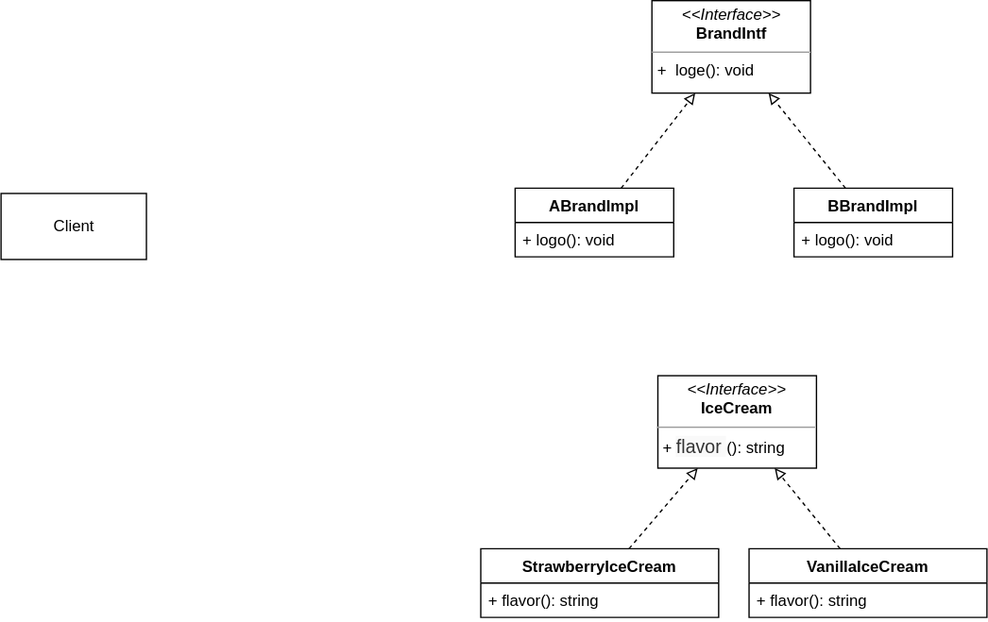
This is 博客/知识总结/设计模式/访问者模式.drawio.svg from su-dd/CDN, a draw.io export, as it was before one commit. Source tidied: cells renumbered, new cells last; positions are measured from the earlier drawing's top-left corner, leaving out a move shared by most shapes.
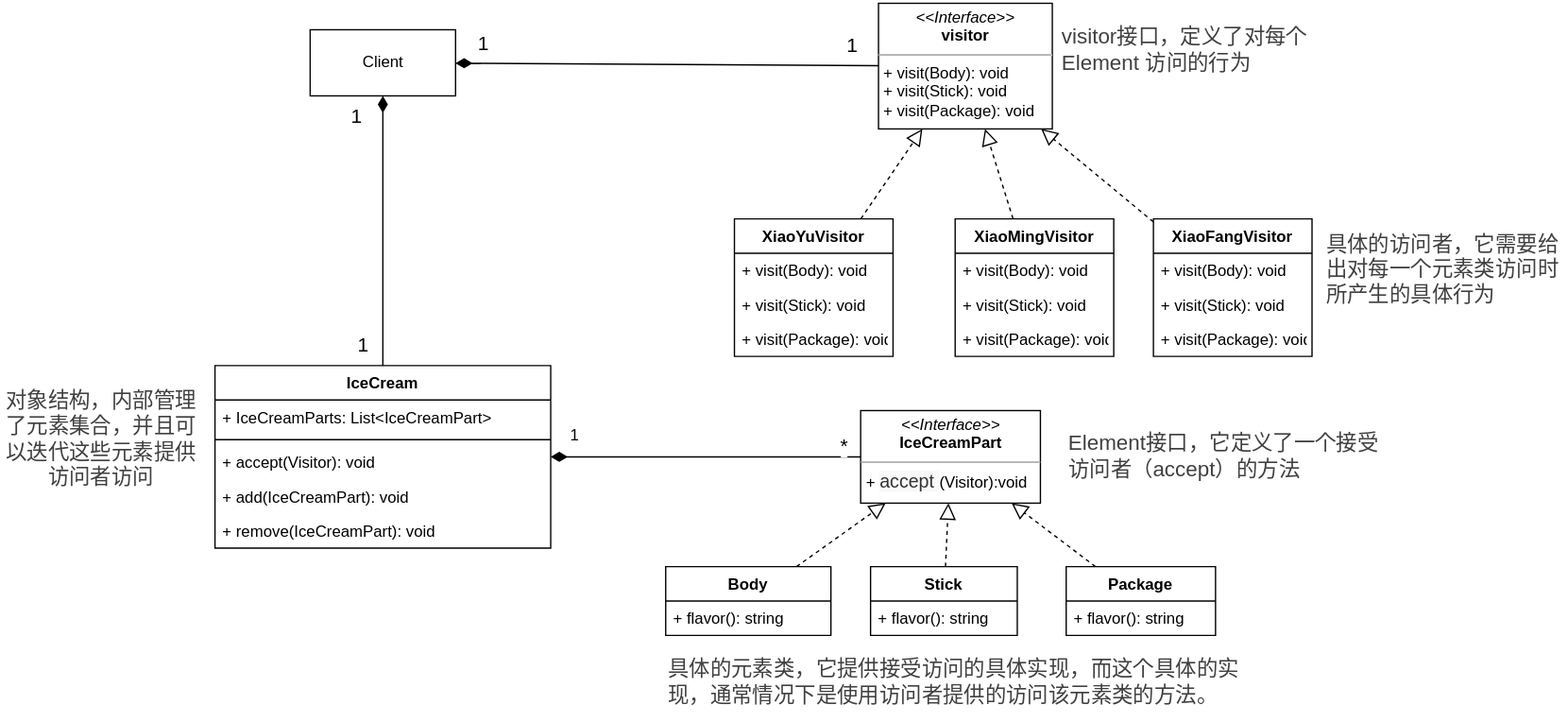
The same file after the commit.

The edit, as a diff of the source:
```diff
@@ -2,50 +2,156 @@
   <root>
     <mxCell id="0" />
     <mxCell id="1" parent="0" />
+    <mxCell id="17" style="edgeStyle=none;html=1;fontSize=15;endArrow=diamondThin;endFill=1;endSize=10;" parent="1" edge="1" source="2" target="15">
+      <mxGeometry relative="1" as="geometry" />
+    </mxCell>
+    <mxCell id="18" value="1" style="edgeLabel;html=1;align=center;verticalAlign=middle;fontSize=15;" parent="17" vertex="1">
+      <mxGeometry x="0.86" y="-2" relative="1" as="geometry">
+        <mxPoint x="-3" y="-14" as="offset" />
+      </mxGeometry>
+    </mxCell>
+    <mxCell id="19" value="1" style="edgeLabel;html=1;align=center;verticalAlign=middle;fontSize=15;" parent="17" vertex="1">
+      <mxGeometry x="-0.85" y="-1" relative="1" as="geometry">
+        <mxPoint x="3" y="-15" as="offset" />
+      </mxGeometry>
+    </mxCell>
-    <mxCell id="2" value="&lt;p style=&quot;margin: 0px ; margin-top: 4px ; text-align: center&quot;&gt;&lt;i&gt;&amp;lt;&amp;lt;Interface&amp;gt;&amp;gt;&lt;/i&gt;&lt;br&gt;&lt;b&gt;BrandIntf&lt;/b&gt;&lt;/p&gt;&lt;hr size=&quot;1&quot;&gt;&lt;p style=&quot;margin: 0px ; margin-left: 4px&quot;&gt;+&amp;nbsp; loge(): void&lt;br&gt;&lt;/p&gt;&lt;p style=&quot;margin: 0px ; margin-left: 4px&quot;&gt;&lt;br&gt;&lt;/p&gt;" style="verticalAlign=top;align=left;overflow=fill;fontSize=12;fontFamily=Helvetica;html=1;" parent="1" vertex="1">
-      <mxGeometry x="492.5" width="120" height="70" as="geometry" />
+    <mxCell id="2" value="&lt;p style=&quot;margin: 0px ; margin-top: 4px ; text-align: center&quot;&gt;&lt;i&gt;&amp;lt;&amp;lt;Interface&amp;gt;&amp;gt;&lt;/i&gt;&lt;br&gt;&lt;b&gt;visitor&lt;/b&gt;&lt;/p&gt;&lt;hr size=&quot;1&quot;&gt;&lt;p style=&quot;margin: 0px ; margin-left: 4px&quot;&gt;+ visit(Body): void&lt;br&gt;&lt;/p&gt;&lt;p style=&quot;margin: 0px ; margin-left: 4px&quot;&gt;+ visit(Stick): void&lt;/p&gt;&lt;p style=&quot;margin: 0px ; margin-left: 4px&quot;&gt;+ visit(Package): void&lt;/p&gt;" style="verticalAlign=top;align=left;overflow=fill;fontSize=12;fontFamily=Helvetica;html=1;" parent="1" vertex="1">
+      <mxGeometry x="498" y="-21" width="131.5" height="95" as="geometry" />
     </mxCell>
-    <mxCell id="3" style="rounded=0;jettySize=auto;html=1;endArrow=block;endFill=0;dashed=1;" parent="1" edge="1" source="4" target="16">
+    <mxCell id="3" style="rounded=0;jettySize=auto;html=1;endArrow=block;endFill=0;dashed=1;endSize=10;" parent="1" edge="1" source="4" target="16">
       <mxGeometry relative="1" as="geometry" />
     </mxCell>
-    <mxCell id="4" value="StrawberryIceCream" style="swimlane;fontStyle=1;align=center;verticalAlign=top;horizontal=1;startSize=26;" parent="1" vertex="1">
-      <mxGeometry x="363" y="415" width="180" height="52" as="geometry" />
+    <mxCell id="4" value="Package" style="swimlane;fontStyle=1;align=center;verticalAlign=top;horizontal=1;startSize=26;" parent="1" vertex="1">
+      <mxGeometry x="640" y="405" width="113" height="52" as="geometry" />
     </mxCell>
     <mxCell id="5" value="+ flavor(): string" style="text;strokeColor=none;fillColor=none;align=left;verticalAlign=top;spacingLeft=4;spacingRight=4;overflow=hidden;" parent="4" vertex="1">
-      <mxGeometry y="26" width="180" height="26" as="geometry" />
+      <mxGeometry y="26" width="113" height="26" as="geometry" />
     </mxCell>
-    <mxCell id="6" style="edgeStyle=none;rounded=0;jettySize=auto;html=1;endArrow=block;endFill=0;dashed=1;" parent="1" edge="1" source="7" target="16">
+    <mxCell id="6" style="edgeStyle=none;rounded=0;jettySize=auto;html=1;endArrow=block;endFill=0;dashed=1;endSize=10;" parent="1" edge="1" source="7" target="16">
       <mxGeometry relative="1" as="geometry" />
     </mxCell>
-    <mxCell id="7" value="VanillaIceCream" style="swimlane;fontStyle=1;align=center;verticalAlign=top;horizontal=1;startSize=26;" parent="1" vertex="1">
-      <mxGeometry x="566" y="415" width="180" height="52" as="geometry" />
+    <mxCell id="7" value="Stick" style="swimlane;fontStyle=1;align=center;verticalAlign=top;horizontal=1;startSize=26;" parent="1" vertex="1">
+      <mxGeometry x="492" y="405" width="111" height="52" as="geometry" />
     </mxCell>
     <mxCell id="8" value="+ flavor(): string" style="text;strokeColor=none;fillColor=none;align=left;verticalAlign=top;spacingLeft=4;spacingRight=4;overflow=hidden;" parent="7" vertex="1">
-      <mxGeometry y="26" width="180" height="26" as="geometry" />
+      <mxGeometry y="26" width="111" height="26" as="geometry" />
     </mxCell>
-    <mxCell id="9" style="edgeStyle=none;rounded=0;jettySize=auto;html=1;dashed=1;endArrow=block;endFill=0;" parent="1" edge="1" source="10" target="2">
+    <mxCell id="9" style="edgeStyle=none;rounded=0;jettySize=auto;html=1;dashed=1;endArrow=block;endFill=0;endSize=10;" parent="1" edge="1" source="10" target="2">
       <mxGeometry relative="1" as="geometry" />
     </mxCell>
-    <mxCell id="10" value="ABrandImpl" style="swimlane;fontStyle=1;align=center;verticalAlign=top;horizontal=1;startSize=26;" parent="1" vertex="1">
-      <mxGeometry x="389" y="142" width="120" height="52" as="geometry" />
+    <mxCell id="10" value="XiaoYuVisitor" style="swimlane;fontStyle=1;align=center;verticalAlign=top;horizontal=1;startSize=26;" parent="1" vertex="1">
+      <mxGeometry x="389" y="142" width="120" height="104" as="geometry" />
     </mxCell>
-    <mxCell id="11" value="+ logo(): void" style="text;strokeColor=none;fillColor=none;align=left;verticalAlign=top;spacingLeft=4;spacingRight=4;overflow=hidden;" parent="10" vertex="1">
+    <mxCell id="11" value="+ visit(Body): void" style="text;strokeColor=none;fillColor=none;align=left;verticalAlign=top;spacingLeft=4;spacingRight=4;overflow=hidden;" parent="10" vertex="1">
       <mxGeometry y="26" width="120" height="26" as="geometry" />
     </mxCell>
+    <mxCell id="20" value="+ visit(Stick): void" style="text;strokeColor=none;fillColor=none;align=left;verticalAlign=top;spacingLeft=4;spacingRight=4;overflow=hidden;" parent="10" vertex="1">
+      <mxGeometry y="52" width="120" height="26" as="geometry" />
+    </mxCell>
+    <mxCell id="21" value="+ visit(Package): void" style="text;strokeColor=none;fillColor=none;align=left;verticalAlign=top;spacingLeft=4;spacingRight=4;overflow=hidden;" parent="10" vertex="1">
+      <mxGeometry y="78" width="120" height="26" as="geometry" />
+    </mxCell>
-    <mxCell id="12" style="edgeStyle=none;rounded=0;jettySize=auto;html=1;dashed=1;endArrow=block;endFill=0;" parent="1" edge="1" source="13" target="2">
+    <mxCell id="12" style="edgeStyle=none;rounded=0;jettySize=auto;html=1;dashed=1;endArrow=block;endFill=0;endSize=10;" parent="1" edge="1" source="13" target="2">
       <mxGeometry relative="1" as="geometry" />
     </mxCell>
-    <mxCell id="13" value="BBrandImpl" style="swimlane;fontStyle=1;align=center;verticalAlign=top;horizontal=1;startSize=26;" parent="1" vertex="1">
-      <mxGeometry x="600" y="142" width="120" height="52" as="geometry" />
+    <mxCell id="13" value="XiaoMingVisitor" style="swimlane;fontStyle=1;align=center;verticalAlign=top;horizontal=1;startSize=26;" parent="1" vertex="1">
+      <mxGeometry x="556" y="142" width="120" height="104" as="geometry" />
     </mxCell>
+    <mxCell id="22" value="+ visit(Body): void" style="text;strokeColor=none;fillColor=none;align=left;verticalAlign=top;spacingLeft=4;spacingRight=4;overflow=hidden;" parent="13" vertex="1">
+      <mxGeometry y="26" width="120" height="26" as="geometry" />
+    </mxCell>
-    <mxCell id="14" value="+ logo(): void" style="text;strokeColor=none;fillColor=none;align=left;verticalAlign=top;spacingLeft=4;spacingRight=4;overflow=hidden;" parent="13" vertex="1">
-      <mxGeometry y="26" width="120" height="26" as="geometry" />
+    <mxCell id="14" value="+ visit(Stick): void" style="text;strokeColor=none;fillColor=none;align=left;verticalAlign=top;spacingLeft=4;spacingRight=4;overflow=hidden;" parent="13" vertex="1">
+      <mxGeometry y="52" width="120" height="26" as="geometry" />
     </mxCell>
+    <mxCell id="23" value="+ visit(Package): void" style="text;strokeColor=none;fillColor=none;align=left;verticalAlign=top;spacingLeft=4;spacingRight=4;overflow=hidden;" parent="13" vertex="1">
+      <mxGeometry y="78" width="120" height="26" as="geometry" />
+    </mxCell>
     <mxCell id="15" value="Client" style="html=1;" parent="1" vertex="1">
-      <mxGeometry y="146" width="110" height="50" as="geometry" />
+      <mxGeometry x="68" y="-1" width="110" height="50" as="geometry" />
     </mxCell>
+    <mxCell id="24" style="edgeStyle=none;html=1;endArrow=diamondThin;endFill=1;endSize=10;" parent="1" edge="1" source="16" target="32">
+      <mxGeometry relative="1" as="geometry" />
+    </mxCell>
+    <mxCell id="25" value="*" style="edgeLabel;html=1;align=center;verticalAlign=middle;fontSize=15;" parent="24" vertex="1">
+      <mxGeometry x="0.1" y="-3" relative="1" as="geometry">
+        <mxPoint x="116" y="-7" as="offset" />
+      </mxGeometry>
+    </mxCell>
-    <mxCell id="16" value="&lt;p style=&quot;margin: 0px ; margin-top: 4px ; text-align: center&quot;&gt;&lt;i&gt;&amp;lt;&amp;lt;Interface&amp;gt;&amp;gt;&lt;/i&gt;&lt;br&gt;&lt;span style=&quot;font-weight: 700&quot;&gt;IceCream&lt;/span&gt;&lt;br&gt;&lt;/p&gt;&lt;hr size=&quot;1&quot;&gt;&lt;p style=&quot;margin: 0px ; margin-left: 4px&quot;&gt;+&amp;nbsp;&amp;nbsp;&lt;span style=&quot;color: rgb(51 , 51 , 51) ; font-family: &amp;#34;arial&amp;#34; , &amp;#34;pingfang sc&amp;#34; , &amp;#34;hiragino sans gb&amp;#34; , &amp;#34;stheiti&amp;#34; , &amp;#34;microsoft yahei&amp;#34; , &amp;#34;wenquanyi micro hei&amp;#34; , sans-serif ; font-size: 14px ; background-color: rgb(249 , 249 , 249)&quot;&gt;flavor&lt;/span&gt;(): string&lt;/p&gt;" style="verticalAlign=top;align=left;overflow=fill;fontSize=12;fontFamily=Helvetica;html=1;" parent="1" vertex="1">
-      <mxGeometry x="497" y="284" width="120" height="70" as="geometry" />
+    <mxCell id="16" value="&lt;p style=&quot;margin: 0px ; margin-top: 4px ; text-align: center&quot;&gt;&lt;i&gt;&amp;lt;&amp;lt;Interface&amp;gt;&amp;gt;&lt;/i&gt;&lt;br&gt;&lt;span style=&quot;font-weight: 700&quot;&gt;IceCreamPart&lt;/span&gt;&lt;br&gt;&lt;/p&gt;&lt;hr size=&quot;1&quot;&gt;&lt;p style=&quot;margin: 0px ; margin-left: 4px&quot;&gt;+&amp;nbsp;&amp;nbsp;&lt;span style=&quot;color: rgb(51 , 51 , 51) ; font-family: &amp;#34;arial&amp;#34; , &amp;#34;pingfang sc&amp;#34; , &amp;#34;hiragino sans gb&amp;#34; , &amp;#34;stheiti&amp;#34; , &amp;#34;microsoft yahei&amp;#34; , &amp;#34;wenquanyi micro hei&amp;#34; , sans-serif ; font-size: 14px ; background-color: rgb(249 , 249 , 249)&quot;&gt;accept&lt;/span&gt;(Visitor):void&lt;/p&gt;" style="verticalAlign=top;align=left;overflow=fill;fontSize=12;fontFamily=Helvetica;html=1;" parent="1" vertex="1">
+      <mxGeometry x="484.5" y="287" width="136" height="70" as="geometry" />
     </mxCell>
+    <mxCell id="26" style="edgeStyle=none;html=1;endArrow=block;endFill=0;endSize=10;dashed=1;" parent="1" edge="1" source="27" target="16">
+      <mxGeometry relative="1" as="geometry" />
+    </mxCell>
+    <mxCell id="27" value="Body" style="swimlane;fontStyle=1;align=center;verticalAlign=top;horizontal=1;startSize=26;" parent="1" vertex="1">
+      <mxGeometry x="337" y="405" width="125" height="52" as="geometry" />
+    </mxCell>
+    <mxCell id="28" value="+ flavor(): string" style="text;strokeColor=none;fillColor=none;align=left;verticalAlign=top;spacingLeft=4;spacingRight=4;overflow=hidden;" parent="27" vertex="1">
+      <mxGeometry y="26" width="125" height="26" as="geometry" />
+    </mxCell>
+    <mxCell id="29" style="edgeStyle=none;html=1;fontSize=15;endArrow=diamondThin;endFill=1;endSize=10;" parent="1" edge="1" source="32" target="15">
+      <mxGeometry relative="1" as="geometry" />
+    </mxCell>
+    <mxCell id="30" value="1" style="edgeLabel;html=1;align=center;verticalAlign=middle;fontSize=15;" parent="29" vertex="1">
+      <mxGeometry x="0.79" y="1" relative="1" as="geometry">
+        <mxPoint x="-20" y="-7" as="offset" />
+      </mxGeometry>
+    </mxCell>
+    <mxCell id="31" value="1" style="edgeLabel;html=1;align=center;verticalAlign=middle;fontSize=15;" parent="29" vertex="1">
+      <mxGeometry x="-0.83" y="4" relative="1" as="geometry">
+        <mxPoint x="-12" as="offset" />
+      </mxGeometry>
+    </mxCell>
+    <mxCell id="32" value="IceCream" style="swimlane;fontStyle=1;align=center;verticalAlign=top;horizontal=1;startSize=26;" parent="1" vertex="1">
+      <mxGeometry x="-4" y="253" width="254" height="138" as="geometry" />
+    </mxCell>
+    <mxCell id="33" value="+ IceCreamParts: List&lt;IceCreamPart&gt;" style="text;strokeColor=none;fillColor=none;align=left;verticalAlign=top;spacingLeft=4;spacingRight=4;overflow=hidden;" parent="32" vertex="1">
+      <mxGeometry y="26" width="254" height="26" as="geometry" />
+    </mxCell>
+    <mxCell id="34" style="line;strokeWidth=1;fillColor=none;align=left;verticalAlign=middle;spacingTop=-1;spacingLeft=3;spacingRight=3;labelPosition=right;" parent="32" vertex="1">
+      <mxGeometry y="52" width="254" height="8" as="geometry" />
+    </mxCell>
+    <mxCell id="35" value="+ accept(Visitor): void" style="text;strokeColor=none;fillColor=none;align=left;verticalAlign=top;spacingLeft=4;spacingRight=4;overflow=hidden;" parent="32" vertex="1">
+      <mxGeometry y="60" width="254" height="26" as="geometry" />
+    </mxCell>
+    <mxCell id="36" value="+ add(IceCreamPart): void" style="text;strokeColor=none;fillColor=none;align=left;verticalAlign=top;spacingLeft=4;spacingRight=4;overflow=hidden;" parent="32" vertex="1">
+      <mxGeometry y="86" width="254" height="26" as="geometry" />
+    </mxCell>
+    <mxCell id="37" value="+ remove(IceCreamPart): void" style="text;strokeColor=none;fillColor=none;align=left;verticalAlign=top;spacingLeft=4;spacingRight=4;overflow=hidden;" parent="32" vertex="1">
+      <mxGeometry y="112" width="254" height="26" as="geometry" />
+    </mxCell>
+    <mxCell id="38" value="1" style="text;html=1;align=center;verticalAlign=middle;strokeColor=none;fillColor=none;" parent="1" vertex="1">
+      <mxGeometry x="259" y="297" width="17" height="18" as="geometry" />
+    </mxCell>
+    <mxCell id="39" value="&lt;span style=&quot;color: rgb(64 , 64 , 64) ; font-size: 16px&quot;&gt;visitor接口，定义了对每个 Element 访问的行为&lt;/span&gt;" style="text;html=1;strokeColor=none;fillColor=none;align=left;verticalAlign=middle;whiteSpace=wrap;rounded=0;fontSize=15;" parent="1" vertex="1">
+      <mxGeometry x="635" y="-23" width="226" height="73" as="geometry" />
+    </mxCell>
+    <mxCell id="40" style="edgeStyle=none;html=1;fontSize=15;endArrow=block;endFill=0;endSize=10;dashed=1;" parent="1" edge="1" source="41" target="2">
+      <mxGeometry relative="1" as="geometry" />
+    </mxCell>
+    <mxCell id="41" value="XiaoFangVisitor" style="swimlane;fontStyle=1;align=center;verticalAlign=top;horizontal=1;startSize=26;" parent="1" vertex="1">
+      <mxGeometry x="706" y="142" width="120" height="104" as="geometry" />
+    </mxCell>
+    <mxCell id="42" value="+ visit(Body): void" style="text;strokeColor=none;fillColor=none;align=left;verticalAlign=top;spacingLeft=4;spacingRight=4;overflow=hidden;" parent="41" vertex="1">
+      <mxGeometry y="26" width="120" height="26" as="geometry" />
+    </mxCell>
+    <mxCell id="43" value="+ visit(Stick): void" style="text;strokeColor=none;fillColor=none;align=left;verticalAlign=top;spacingLeft=4;spacingRight=4;overflow=hidden;" parent="41" vertex="1">
+      <mxGeometry y="52" width="120" height="26" as="geometry" />
+    </mxCell>
+    <mxCell id="44" value="+ visit(Package): void" style="text;strokeColor=none;fillColor=none;align=left;verticalAlign=top;spacingLeft=4;spacingRight=4;overflow=hidden;" parent="41" vertex="1">
+      <mxGeometry y="78" width="120" height="26" as="geometry" />
+    </mxCell>
+    <mxCell id="45" value="&lt;span style=&quot;color: rgb(64, 64, 64); font-size: 16px;&quot;&gt;具体的访问者，它需要给出对每一个元素类访问时所产生的具体行为&lt;/span&gt;" style="text;html=1;strokeColor=none;fillColor=none;align=left;verticalAlign=middle;whiteSpace=wrap;rounded=0;fontSize=15;" parent="1" vertex="1">
+      <mxGeometry x="835" y="142" width="184" height="76" as="geometry" />
+    </mxCell>
+    <mxCell id="46" value="&lt;span style=&quot;color: rgb(64 , 64 , 64) ; font-size: 16px&quot;&gt;Element接口，它定义了一个接受访问者（accept）的方法&lt;/span&gt;" style="text;html=1;strokeColor=none;fillColor=none;align=left;verticalAlign=middle;whiteSpace=wrap;rounded=0;fontSize=15;" parent="1" vertex="1">
+      <mxGeometry x="640" y="287" width="240" height="68" as="geometry" />
+    </mxCell>
+    <mxCell id="47" value="&lt;span style=&quot;color: rgb(64, 64, 64); font-size: 16px;&quot;&gt;具体的元素类，它提供接受访问的具体实现，而这个具体的实现，通常情况下是使用访问者提供的访问该元素类的方法。&lt;/span&gt;" style="text;html=1;strokeColor=none;fillColor=none;align=left;verticalAlign=middle;whiteSpace=wrap;rounded=0;fontSize=15;" parent="1" vertex="1">
+      <mxGeometry x="337" y="462" width="437" height="60" as="geometry" />
+    </mxCell>
+    <mxCell id="48" value="&lt;span style=&quot;color: rgb(64 , 64 , 64) ; font-family: , &amp;#34;blinkmacsystemfont&amp;#34; , &amp;#34;apple color emoji&amp;#34; , &amp;#34;segoe ui emoji&amp;#34; , &amp;#34;segoe ui symbol&amp;#34; , &amp;#34;segoe ui&amp;#34; , &amp;#34;pingfang sc&amp;#34; , &amp;#34;hiragino sans gb&amp;#34; , &amp;#34;microsoft yahei&amp;#34; , &amp;#34;helvetica neue&amp;#34; , &amp;#34;helvetica&amp;#34; , &amp;#34;arial&amp;#34; , sans-serif ; font-size: 16px ; text-align: left&quot;&gt;对象结构，内部管理了元素集合，并且可以迭代这些元素提供访问者访问&lt;/span&gt;" style="text;html=1;strokeColor=none;fillColor=none;align=center;verticalAlign=middle;whiteSpace=wrap;rounded=0;fontSize=15;" parent="1" vertex="1">
+      <mxGeometry x="-166" y="253" width="152" height="109" as="geometry" />
+    </mxCell>
   </root>
 </mxGraphModel>
```
